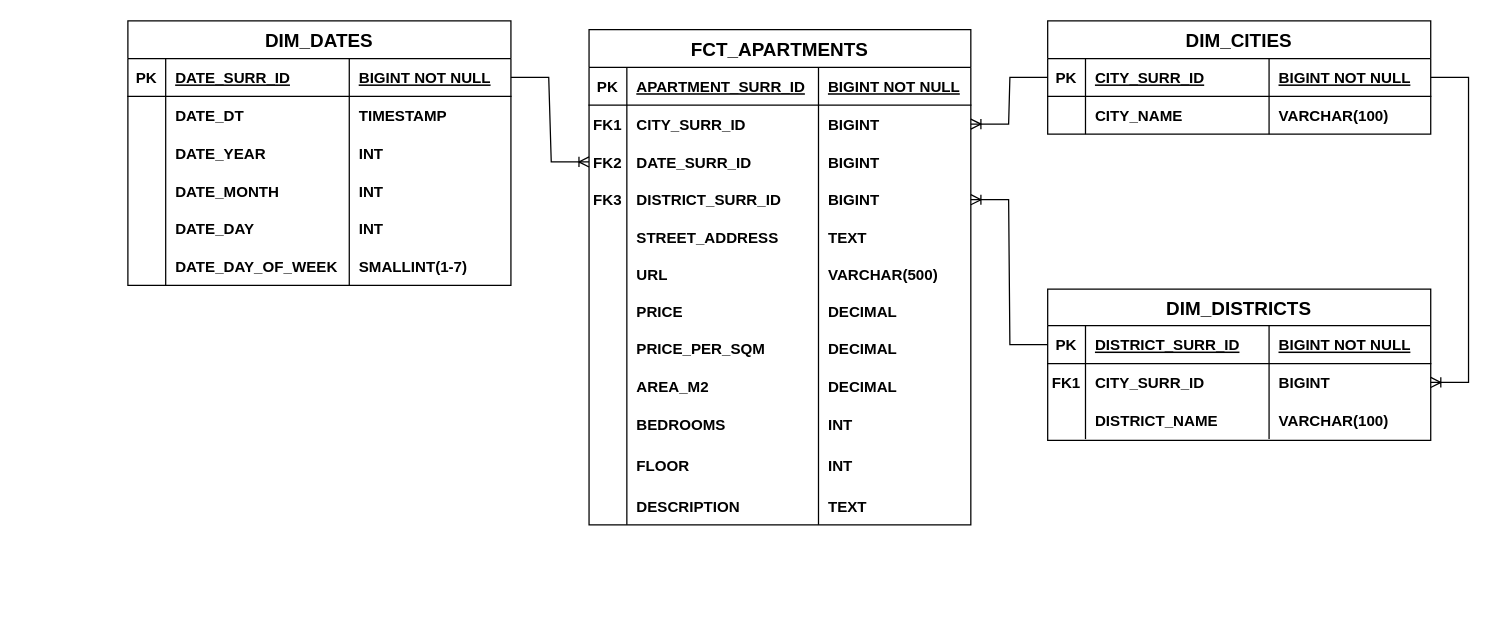
Earlier version of the draw.io diagram database/Apartments_Star_Schema.drawio (GiorgiEz/apartment-analytics). Source tidied: cells renumbered, new cells numbered last; positions are measured from the earlier drawing's top-left corner, leaving out a move shared by most shapes. Both pictures are drawn from the tidied source at 126%, with x=0, y=0 at pixel (127, 20).
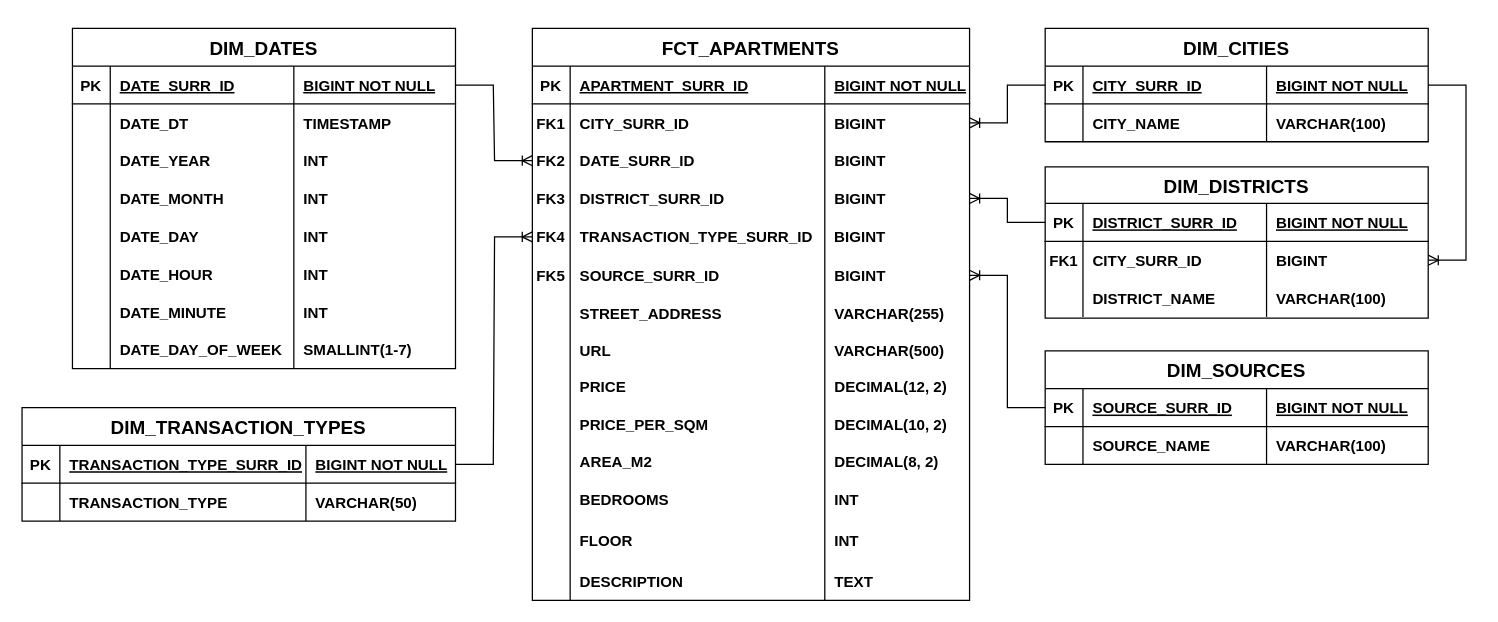
The same diagram, later.

Diff of the diagram source:
```diff
@@
     <mxCell id="2" value="FCT_APARTMENTS" style="shape=table;startSize=30;childLayout=tableLayout;rowLines=0;fontStyle=1;align=center;fontSize=15;" parent="1" vertex="1">
-      <mxGeometry x="366" y="7" width="303" height="393" as="geometry" />
+      <mxGeometry x="321" y="6" width="347" height="454" as="geometry" />
     </mxCell>
     <mxCell id="3" style="shape=partialRectangle;fillColor=none;top=0;left=0;right=0;bottom=1;" parent="2" vertex="1">
-      <mxGeometry y="30" width="303" height="30" as="geometry" />
+      <mxGeometry y="30" width="347" height="30" as="geometry" />
     </mxCell>
@@
     <mxCell id="5" value="APARTMENT_SURR_ID" style="shape=partialRectangle;overflow=hidden;fillColor=none;top=0;left=0;bottom=0;right=0;align=left;spacingLeft=6;fontStyle=5;" parent="3" vertex="1">
-      <mxGeometry x="30" width="152.1" height="30" as="geometry" />
+      <mxGeometry x="30" width="202.1" height="30" as="geometry" />
     </mxCell>
     <mxCell id="6" value="BIGINT NOT NULL" style="shape=partialRectangle;overflow=hidden;fillColor=none;top=0;left=0;bottom=0;right=0;align=left;spacingLeft=6;fontStyle=5;" parent="3" vertex="1">
-      <mxGeometry x="182.1" width="120.9" height="30" as="geometry" />
+      <mxGeometry x="232.1" width="114.9" height="30" as="geometry" />
     </mxCell>
     <mxCell id="7" style="shape=partialRectangle;fillColor=none;points=[[0,0.5],[1,0.5]];portConstraint=eastwest;top=0;left=0;right=0;bottom=0;" parent="2" vertex="1">
-      <mxGeometry y="60" width="303" height="30" as="geometry" />
+      <mxGeometry y="60" width="347" height="30" as="geometry" />
     </mxCell>
@@
     <mxCell id="9" value="CITY_SURR_ID" style="shape=partialRectangle;overflow=hidden;fillColor=none;top=0;left=0;bottom=0;right=0;align=left;spacingLeft=6;fontStyle=1;" parent="7" vertex="1">
-      <mxGeometry x="30" width="152.1" height="30" as="geometry" />
+      <mxGeometry x="30" width="202.1" height="30" as="geometry" />
     </mxCell>
     <mxCell id="10" value="BIGINT" style="shape=partialRectangle;overflow=hidden;fillColor=none;top=0;left=0;bottom=0;right=0;align=left;spacingLeft=6;fontStyle=1;" parent="7" vertex="1">
-      <mxGeometry x="182.1" width="120.9" height="30" as="geometry" />
+      <mxGeometry x="232.1" width="114.9" height="30" as="geometry" />
     </mxCell>
     <mxCell id="11" style="shape=partialRectangle;fillColor=none;points=[[0,0.5],[1,0.5]];portConstraint=eastwest;top=0;left=0;right=0;bottom=0;" parent="2" vertex="1">
-      <mxGeometry y="90" width="303" height="30" as="geometry" />
+      <mxGeometry y="90" width="347" height="30" as="geometry" />
     </mxCell>
@@
     <mxCell id="13" value="DATE_SURR_ID" style="shape=partialRectangle;overflow=hidden;fillColor=none;top=0;left=0;bottom=0;right=0;align=left;spacingLeft=6;fontStyle=1;" parent="11" vertex="1">
-      <mxGeometry x="30" width="152.1" height="30" as="geometry" />
+      <mxGeometry x="30" width="202.1" height="30" as="geometry" />
     </mxCell>
     <mxCell id="14" value="BIGINT" style="shape=partialRectangle;overflow=hidden;fillColor=none;top=0;left=0;bottom=0;right=0;align=left;spacingLeft=6;fontStyle=1;" parent="11" vertex="1">
-      <mxGeometry x="182.1" width="120.9" height="30" as="geometry" />
+      <mxGeometry x="232.1" width="114.9" height="30" as="geometry" />
     </mxCell>
     <mxCell id="15" style="shape=tableRow;horizontal=0;startSize=0;swimlaneHead=0;swimlaneBody=0;fillColor=none;points=[[0,0.5],[1,0.5]];portConstraint=eastwest;top=0;left=0;right=0;bottom=0;" parent="2" vertex="1">
-      <mxGeometry y="120" width="303" height="30" as="geometry" />
+      <mxGeometry y="120" width="347" height="30" as="geometry" />
     </mxCell>
@@
     <mxCell id="17" value="DISTRICT_SURR_ID" style="shape=partialRectangle;fillColor=none;top=0;left=0;bottom=0;right=0;align=left;spacingLeft=6;overflow=hidden;fontStyle=1;" parent="15" vertex="1">
-      <mxGeometry x="30" width="152.1" height="30" as="geometry" />
+      <mxGeometry x="30" width="202.1" height="30" as="geometry" />
     </mxCell>
     <mxCell id="18" value="BIGINT" style="shape=partialRectangle;fillColor=none;top=0;left=0;bottom=0;right=0;align=left;spacingLeft=6;overflow=hidden;fontStyle=1;" parent="15" vertex="1">
-      <mxGeometry x="182.1" width="120.9" height="30" as="geometry" />
+      <mxGeometry x="232.1" width="114.9" height="30" as="geometry" />
     </mxCell>
+    <mxCell id="102" style="shape=tableRow;horizontal=0;startSize=0;swimlaneHead=0;swimlaneBody=0;fillColor=none;points=[[0,0.5],[1,0.5]];portConstraint=eastwest;top=0;left=0;right=0;bottom=0;" parent="2" vertex="1">
+      <mxGeometry y="150" width="347" height="31" as="geometry" />
+    </mxCell>
+    <mxCell id="103" value="&lt;b&gt;FK4&lt;/b&gt;" style="shape=partialRectangle;fillColor=none;top=0;left=0;bottom=0;right=0;fontStyle=0;overflow=hidden;whiteSpace=wrap;html=1;" parent="102" vertex="1">
+      <mxGeometry width="30" height="31" as="geometry" />
+    </mxCell>
+    <mxCell id="104" value="&lt;b&gt;TRANSACTION_TYPE_SURR_ID&lt;/b&gt;" style="shape=partialRectangle;fillColor=none;top=0;left=0;bottom=0;right=0;align=left;spacingLeft=6;fontStyle=0;overflow=hidden;whiteSpace=wrap;html=1;" parent="102" vertex="1">
+      <mxGeometry x="30" width="202.1" height="31" as="geometry" />
+    </mxCell>
+    <mxCell id="105" value="&lt;b&gt;BIGINT&lt;/b&gt;" style="shape=partialRectangle;fillColor=none;top=0;left=0;bottom=0;right=0;align=left;spacingLeft=6;fontStyle=0;overflow=hidden;whiteSpace=wrap;html=1;" parent="102" vertex="1">
+      <mxGeometry x="232.1" width="114.9" height="31" as="geometry" />
+    </mxCell>
+    <mxCell id="106" style="shape=tableRow;horizontal=0;startSize=0;swimlaneHead=0;swimlaneBody=0;fillColor=none;points=[[0,0.5],[1,0.5]];portConstraint=eastwest;top=0;left=0;right=0;bottom=0;" parent="2" vertex="1">
+      <mxGeometry y="181" width="347" height="30" as="geometry" />
+    </mxCell>
+    <mxCell id="107" value="FK5" style="shape=partialRectangle;fillColor=none;top=0;left=0;bottom=0;right=0;overflow=hidden;fontStyle=1;" parent="106" vertex="1">
+      <mxGeometry width="30" height="30" as="geometry" />
+    </mxCell>
+    <mxCell id="108" value="SOURCE_SURR_ID" style="shape=partialRectangle;fillColor=none;top=0;left=0;bottom=0;right=0;align=left;spacingLeft=6;overflow=hidden;fontStyle=1;" parent="106" vertex="1">
+      <mxGeometry x="30" width="202.1" height="30" as="geometry" />
+    </mxCell>
+    <mxCell id="109" value="BIGINT" style="shape=partialRectangle;fillColor=none;top=0;left=0;bottom=0;right=0;align=left;spacingLeft=6;overflow=hidden;fontStyle=1;" parent="106" vertex="1">
+      <mxGeometry x="232.1" width="114.9" height="30" as="geometry" />
+    </mxCell>
     <mxCell id="19" style="shape=partialRectangle;fillColor=none;top=0;left=0;right=0;bottom=0;" parent="2" vertex="1">
-      <mxGeometry y="150" width="303" height="30" as="geometry" />
+      <mxGeometry y="211" width="347" height="30" as="geometry" />
     </mxCell>
@@
     <mxCell id="21" value="STREET_ADDRESS" style="shape=partialRectangle;overflow=hidden;fillColor=none;top=0;left=0;bottom=0;right=0;align=left;spacingLeft=6;fontStyle=1;" parent="19" vertex="1">
-      <mxGeometry x="30" width="152.1" height="30" as="geometry" />
+      <mxGeometry x="30" width="202.1" height="30" as="geometry" />
     </mxCell>
-    <mxCell id="22" value="TEXT" style="shape=partialRectangle;overflow=hidden;fillColor=none;top=0;left=0;bottom=0;right=0;align=left;spacingLeft=6;fontStyle=1;" parent="19" vertex="1">
-      <mxGeometry x="182.1" width="120.9" height="30" as="geometry" />
+    <mxCell id="22" value="VARCHAR(255)" style="shape=partialRectangle;overflow=hidden;fillColor=none;top=0;left=0;bottom=0;right=0;align=left;spacingLeft=6;fontStyle=1;" parent="19" vertex="1">
+      <mxGeometry x="232.1" width="114.9" height="30" as="geometry" />
     </mxCell>
     <mxCell id="23" style="shape=partialRectangle;fillColor=none;top=0;left=0;right=0;bottom=0;" parent="2" vertex="1">
-      <mxGeometry y="180" width="303" height="29" as="geometry" />
+      <mxGeometry y="241" width="347" height="29" as="geometry" />
     </mxCell>
@@
     <mxCell id="25" value="URL " style="shape=partialRectangle;overflow=hidden;fillColor=none;top=0;left=0;bottom=0;right=0;align=left;spacingLeft=6;fontStyle=1;" parent="23" vertex="1">
-      <mxGeometry x="30" width="152.1" height="29" as="geometry" />
+      <mxGeometry x="30" width="202.1" height="29" as="geometry" />
     </mxCell>
     <mxCell id="26" value="VARCHAR(500)" style="shape=partialRectangle;overflow=hidden;fillColor=none;top=0;left=0;bottom=0;right=0;align=left;spacingLeft=6;fontStyle=1;" parent="23" vertex="1">
-      <mxGeometry x="182.1" width="120.9" height="29" as="geometry" />
+      <mxGeometry x="232.1" width="114.9" height="29" as="geometry" />
     </mxCell>
     <mxCell id="27" style="shape=partialRectangle;fillColor=none;top=0;left=0;right=0;bottom=0;" parent="2" vertex="1">
-      <mxGeometry y="209" width="303" height="29" as="geometry" />
+      <mxGeometry y="270" width="347" height="29" as="geometry" />
     </mxCell>
@@
     <mxCell id="29" value="PRICE " style="shape=partialRectangle;overflow=hidden;fillColor=none;top=0;left=0;bottom=0;right=0;align=left;spacingLeft=6;fontStyle=1;" parent="27" vertex="1">
-      <mxGeometry x="30" width="152.1" height="29" as="geometry" />
+      <mxGeometry x="30" width="202.1" height="29" as="geometry" />
     </mxCell>
-    <mxCell id="30" value="DECIMAL" style="shape=partialRectangle;overflow=hidden;fillColor=none;top=0;left=0;bottom=0;right=0;align=left;spacingLeft=6;fontStyle=1;" parent="27" vertex="1">
-      <mxGeometry x="182.1" width="120.9" height="29" as="geometry" />
+    <mxCell id="30" value="DECIMAL(12, 2)" style="shape=partialRectangle;overflow=hidden;fillColor=none;top=0;left=0;bottom=0;right=0;align=left;spacingLeft=6;fontStyle=1;" parent="27" vertex="1">
+      <mxGeometry x="232.1" width="114.9" height="29" as="geometry" />
     </mxCell>
     <mxCell id="31" style="shape=partialRectangle;fillColor=none;top=0;left=0;right=0;bottom=0;" parent="2" vertex="1">
-      <mxGeometry y="238" width="303" height="30" as="geometry" />
+      <mxGeometry y="299" width="347" height="30" as="geometry" />
     </mxCell>
@@
     <mxCell id="33" value="PRICE_PER_SQM   " style="shape=partialRectangle;overflow=hidden;fillColor=none;top=0;left=0;bottom=0;right=0;align=left;spacingLeft=6;fontStyle=1;" parent="31" vertex="1">
-      <mxGeometry x="30" width="152.1" height="30" as="geometry" />
+      <mxGeometry x="30" width="202.1" height="30" as="geometry" />
     </mxCell>
-    <mxCell id="34" value="DECIMAL" style="shape=partialRectangle;overflow=hidden;fillColor=none;top=0;left=0;bottom=0;right=0;align=left;spacingLeft=6;fontStyle=1;" parent="31" vertex="1">
-      <mxGeometry x="182.1" width="120.9" height="30" as="geometry" />
+    <mxCell id="34" value="DECIMAL(10, 2)" style="shape=partialRectangle;overflow=hidden;fillColor=none;top=0;left=0;bottom=0;right=0;align=left;spacingLeft=6;fontStyle=1;" parent="31" vertex="1">
+      <mxGeometry x="232.1" width="114.9" height="30" as="geometry" />
     </mxCell>
     <mxCell id="35" style="shape=partialRectangle;fillColor=none;top=0;left=0;right=0;bottom=0;" parent="2" vertex="1">
-      <mxGeometry y="268" width="303" height="30" as="geometry" />
+      <mxGeometry y="329" width="347" height="30" as="geometry" />
     </mxCell>
@@
     <mxCell id="37" value="AREA_M2 " style="shape=partialRectangle;overflow=hidden;fillColor=none;top=0;left=0;bottom=0;right=0;align=left;spacingLeft=6;fontStyle=1;" parent="35" vertex="1">
-      <mxGeometry x="30" width="152.1" height="30" as="geometry" />
+      <mxGeometry x="30" width="202.1" height="30" as="geometry" />
     </mxCell>
-    <mxCell id="38" value="DECIMAL" style="shape=partialRectangle;overflow=hidden;fillColor=none;top=0;left=0;bottom=0;right=0;align=left;spacingLeft=6;fontStyle=1;" parent="35" vertex="1">
-      <mxGeometry x="182.1" width="120.9" height="30" as="geometry" />
+    <mxCell id="38" value="DECIMAL(8, 2)" style="shape=partialRectangle;overflow=hidden;fillColor=none;top=0;left=0;bottom=0;right=0;align=left;spacingLeft=6;fontStyle=1;" parent="35" vertex="1">
+      <mxGeometry x="232.1" width="114.9" height="30" as="geometry" />
     </mxCell>
     <mxCell id="39" style="shape=partialRectangle;fillColor=none;top=0;left=0;right=0;bottom=0;" parent="2" vertex="1">
-      <mxGeometry y="298" width="303" height="30" as="geometry" />
+      <mxGeometry y="359" width="347" height="30" as="geometry" />
     </mxCell>
@@
     <mxCell id="41" value="BEDROOMS " style="shape=partialRectangle;overflow=hidden;fillColor=none;top=0;left=0;bottom=0;right=0;align=left;spacingLeft=6;fontStyle=1;" parent="39" vertex="1">
-      <mxGeometry x="30" width="152.1" height="30" as="geometry" />
+      <mxGeometry x="30" width="202.1" height="30" as="geometry" />
     </mxCell>
     <mxCell id="42" value="INT" style="shape=partialRectangle;overflow=hidden;fillColor=none;top=0;left=0;bottom=0;right=0;align=left;spacingLeft=6;fontStyle=1;" parent="39" vertex="1">
-      <mxGeometry x="182.1" width="120.9" height="30" as="geometry" />
+      <mxGeometry x="232.1" width="114.9" height="30" as="geometry" />
     </mxCell>
     <mxCell id="43" style="shape=partialRectangle;fillColor=none;top=0;left=0;right=0;bottom=0;" parent="2" vertex="1">
-      <mxGeometry y="328" width="303" height="35" as="geometry" />
+      <mxGeometry y="389" width="347" height="35" as="geometry" />
     </mxCell>
@@
     <mxCell id="45" value="FLOOR  " style="shape=partialRectangle;overflow=hidden;fillColor=none;top=0;left=0;bottom=0;right=0;align=left;spacingLeft=6;fontStyle=1;" parent="43" vertex="1">
-      <mxGeometry x="30" width="152.1" height="35" as="geometry" />
+      <mxGeometry x="30" width="202.1" height="35" as="geometry" />
     </mxCell>
     <mxCell id="46" value="INT" style="shape=partialRectangle;overflow=hidden;fillColor=none;top=0;left=0;bottom=0;right=0;align=left;spacingLeft=6;fontStyle=1;" parent="43" vertex="1">
-      <mxGeometry x="182.1" width="120.9" height="35" as="geometry" />
+      <mxGeometry x="232.1" width="114.9" height="35" as="geometry" />
     </mxCell>
     <mxCell id="47" style="shape=tableRow;horizontal=0;startSize=0;swimlaneHead=0;swimlaneBody=0;fillColor=none;top=0;left=0;right=0;bottom=0;" parent="2" vertex="1">
-      <mxGeometry y="363" width="303" height="30" as="geometry" />
+      <mxGeometry y="424" width="347" height="30" as="geometry" />
     </mxCell>
@@
     <mxCell id="49" value="DESCRIPTION " style="shape=partialRectangle;fillColor=none;top=0;left=0;bottom=0;right=0;align=left;spacingLeft=6;overflow=hidden;fontStyle=1;" parent="47" vertex="1">
-      <mxGeometry x="30" width="152.1" height="30" as="geometry" />
+      <mxGeometry x="30" width="202.1" height="30" as="geometry" />
     </mxCell>
     <mxCell id="50" value="TEXT" style="shape=partialRectangle;fillColor=none;top=0;left=0;bottom=0;right=0;align=left;spacingLeft=6;overflow=hidden;fontStyle=1;" parent="47" vertex="1">
-      <mxGeometry x="182.1" width="120.9" height="30" as="geometry" />
+      <mxGeometry x="232.1" width="114.9" height="30" as="geometry" />
     </mxCell>
     <mxCell id="51" value="DIM_DATES" style="shape=table;startSize=30;childLayout=tableLayout;rowLines=0;fontStyle=1;align=center;fontSize=15;" parent="1" vertex="1">
-      <mxGeometry width="304" height="210" as="geometry" />
+      <mxGeometry x="-44" y="6" width="304" height="270" as="geometry" />
     </mxCell>
@@
+    <mxCell id="110" style="shape=tableRow;horizontal=0;startSize=0;swimlaneHead=0;swimlaneBody=0;fillColor=none;top=0;left=0;right=0;bottom=0;" parent="51" vertex="1">
+      <mxGeometry y="180" width="304" height="30" as="geometry" />
+    </mxCell>
+    <mxCell id="111" style="shape=partialRectangle;fillColor=none;top=0;left=0;bottom=0;right=0;overflow=hidden;" parent="110" vertex="1">
+      <mxGeometry width="30" height="30" as="geometry" />
+    </mxCell>
+    <mxCell id="112" value="DATE_HOUR" style="shape=partialRectangle;fillColor=none;top=0;left=0;bottom=0;right=0;align=left;spacingLeft=6;overflow=hidden;fontStyle=1;" parent="110" vertex="1">
+      <mxGeometry x="30" width="145.7" height="30" as="geometry" />
+    </mxCell>
+    <mxCell id="113" value="INT" style="shape=partialRectangle;fillColor=none;top=0;left=0;bottom=0;right=0;align=left;spacingLeft=6;overflow=hidden;fontStyle=1;" parent="110" vertex="1">
+      <mxGeometry x="175.7" width="128.3" height="30" as="geometry" />
+    </mxCell>
+    <mxCell id="114" style="shape=tableRow;horizontal=0;startSize=0;swimlaneHead=0;swimlaneBody=0;fillColor=none;top=0;left=0;right=0;bottom=0;" parent="51" vertex="1">
+      <mxGeometry y="210" width="304" height="30" as="geometry" />
+    </mxCell>
+    <mxCell id="115" style="shape=partialRectangle;fillColor=none;top=0;left=0;bottom=0;right=0;overflow=hidden;" parent="114" vertex="1">
+      <mxGeometry width="30" height="30" as="geometry" />
+    </mxCell>
+    <mxCell id="116" value="DATE_MINUTE" style="shape=partialRectangle;fillColor=none;top=0;left=0;bottom=0;right=0;align=left;spacingLeft=6;overflow=hidden;fontStyle=1;" parent="114" vertex="1">
+      <mxGeometry x="30" width="145.7" height="30" as="geometry" />
+    </mxCell>
+    <mxCell id="117" value="INT" style="shape=partialRectangle;fillColor=none;top=0;left=0;bottom=0;right=0;align=left;spacingLeft=6;overflow=hidden;fontStyle=1;" parent="114" vertex="1">
+      <mxGeometry x="175.7" width="128.3" height="30" as="geometry" />
+    </mxCell>
     <mxCell id="72" style="shape=partialRectangle;fillColor=none;top=0;left=0;right=0;bottom=0;" parent="51" vertex="1">
-      <mxGeometry y="180" width="304" height="30" as="geometry" />
+      <mxGeometry y="240" width="304" height="30" as="geometry" />
     </mxCell>
@@
     <mxCell id="77" value="DIM_CITIES" style="shape=table;startSize=30;childLayout=tableLayout;rowLines=0;fontStyle=1;align=center;fontSize=15;" parent="1" vertex="1">
-      <mxGeometry x="730" width="304" height="90" as="geometry" />
+      <mxGeometry x="728" y="6" width="304" height="90" as="geometry" />
     </mxCell>
@@
     <mxCell id="86" value="DIM_DISTRICTS" style="shape=table;startSize=29;childLayout=tableLayout;rowLines=0;fontStyle=1;align=center;fontSize=15;" parent="1" vertex="1">
-      <mxGeometry x="730" y="213" width="304" height="120" as="geometry" />
+      <mxGeometry x="728" y="116" width="304" height="120" as="geometry" />
     </mxCell>
@@
+    <mxCell id="118" value="DIM_TRANSACTION_TYPES" style="shape=table;startSize=30;childLayout=tableLayout;rowLines=0;fontStyle=1;align=center;fontSize=15;" parent="1" vertex="1">
+      <mxGeometry x="-84" y="307" width="344" height="90" as="geometry" />
+    </mxCell>
+    <mxCell id="119" style="shape=partialRectangle;fillColor=none;points=[[0,0.5],[1,0.5]];portConstraint=eastwest;top=0;left=0;right=0;bottom=1;" parent="118" vertex="1">
+      <mxGeometry y="30" width="344" height="30" as="geometry" />
+    </mxCell>
+    <mxCell id="120" value="PK" style="shape=partialRectangle;overflow=hidden;fillColor=none;top=0;left=0;bottom=0;right=0;fontStyle=1;" parent="119" vertex="1">
+      <mxGeometry width="30" height="30" as="geometry" />
+    </mxCell>
+    <mxCell id="121" value="TRANSACTION_TYPE_SURR_ID" style="shape=partialRectangle;overflow=hidden;fillColor=none;top=0;left=0;bottom=0;right=0;align=left;spacingLeft=6;fontStyle=5;" parent="119" vertex="1">
+      <mxGeometry x="30" width="195.3" height="30" as="geometry" />
+    </mxCell>
+    <mxCell id="122" value="BIGINT NOT NULL" style="shape=partialRectangle;overflow=hidden;fillColor=none;top=0;left=0;bottom=0;right=0;align=left;spacingLeft=6;fontStyle=5;" parent="119" vertex="1">
+      <mxGeometry x="225.3" width="118.7" height="30" as="geometry" />
+    </mxCell>
+    <mxCell id="123" style="shape=tableRow;horizontal=0;startSize=0;swimlaneHead=0;swimlaneBody=0;fillColor=none;top=0;left=0;right=0;bottom=0;" parent="118" vertex="1">
+      <mxGeometry y="60" width="344" height="30" as="geometry" />
+    </mxCell>
+    <mxCell id="124" style="shape=partialRectangle;fillColor=none;top=0;left=0;bottom=0;right=0;overflow=hidden;" parent="123" vertex="1">
+      <mxGeometry width="30" height="30" as="geometry" />
+    </mxCell>
+    <mxCell id="125" value="TRANSACTION_TYPE" style="shape=partialRectangle;fillColor=none;top=0;left=0;bottom=0;right=0;align=left;spacingLeft=6;overflow=hidden;fontStyle=1;" parent="123" vertex="1">
+      <mxGeometry x="30" width="195.3" height="30" as="geometry" />
+    </mxCell>
+    <mxCell id="126" value="VARCHAR(50)" style="shape=partialRectangle;fillColor=none;top=0;left=0;bottom=0;right=0;align=left;spacingLeft=6;overflow=hidden;fontStyle=1;" parent="123" vertex="1">
+      <mxGeometry x="225.3" width="118.7" height="30" as="geometry" />
+    </mxCell>
+    <mxCell id="127" style="edgeStyle=entityRelationEdgeStyle;fontSize=12;html=1;endArrow=ERoneToMany;rounded=0;" parent="1" edge="1" source="119" target="102">
+      <mxGeometry relative="1" as="geometry">
+        <Array as="points">
+          <mxPoint x="526" y="618" />
+        </Array>
+      </mxGeometry>
+    </mxCell>
+    <mxCell id="128" value="DIM_SOURCES" style="shape=table;startSize=30;childLayout=tableLayout;rowLines=0;fontStyle=1;align=center;fontSize=15;" parent="1" vertex="1">
+      <mxGeometry x="728" y="262" width="304" height="90" as="geometry" />
+    </mxCell>
+    <mxCell id="129" style="shape=partialRectangle;fillColor=none;points=[[0,0.5],[1,0.5]];portConstraint=eastwest;top=0;left=0;right=0;bottom=1;" parent="128" vertex="1">
+      <mxGeometry y="30" width="304" height="30" as="geometry" />
+    </mxCell>
+    <mxCell id="130" value="PK" style="shape=partialRectangle;overflow=hidden;fillColor=none;top=0;left=0;bottom=0;right=0;fontStyle=1;" parent="129" vertex="1">
+      <mxGeometry width="30" height="30" as="geometry" />
+    </mxCell>
+    <mxCell id="131" value="SOURCE_SURR_ID" style="shape=partialRectangle;overflow=hidden;fillColor=none;top=0;left=0;bottom=0;right=0;align=left;spacingLeft=6;fontStyle=5;" parent="129" vertex="1">
+      <mxGeometry x="30" width="145.7" height="30" as="geometry" />
+    </mxCell>
+    <mxCell id="132" value="BIGINT NOT NULL" style="shape=partialRectangle;overflow=hidden;fillColor=none;top=0;left=0;bottom=0;right=0;align=left;spacingLeft=6;fontStyle=5;" parent="129" vertex="1">
+      <mxGeometry x="175.7" width="128.3" height="30" as="geometry" />
+    </mxCell>
+    <mxCell id="133" style="shape=tableRow;horizontal=0;startSize=0;swimlaneHead=0;swimlaneBody=0;fillColor=none;top=0;left=0;right=0;bottom=0;" parent="128" vertex="1">
+      <mxGeometry y="60" width="304" height="30" as="geometry" />
+    </mxCell>
+    <mxCell id="134" style="shape=partialRectangle;fillColor=none;top=0;left=0;bottom=0;right=0;overflow=hidden;" parent="133" vertex="1">
+      <mxGeometry width="30" height="30" as="geometry" />
+    </mxCell>
+    <mxCell id="135" value="SOURCE_NAME" style="shape=partialRectangle;fillColor=none;top=0;left=0;bottom=0;right=0;align=left;spacingLeft=6;overflow=hidden;fontStyle=1;" parent="133" vertex="1">
+      <mxGeometry x="30" width="145.7" height="30" as="geometry" />
+    </mxCell>
+    <mxCell id="136" value="VARCHAR(100)" style="shape=partialRectangle;fillColor=none;top=0;left=0;bottom=0;right=0;align=left;spacingLeft=6;overflow=hidden;fontStyle=1;" parent="133" vertex="1">
+      <mxGeometry x="175.7" width="128.3" height="30" as="geometry" />
+    </mxCell>
+    <mxCell id="137" style="edgeStyle=entityRelationEdgeStyle;fontSize=12;html=1;endArrow=ERoneToMany;rounded=0;" parent="1" edge="1" source="129" target="106">
+      <mxGeometry relative="1" as="geometry">
+        <Array as="points">
+          <mxPoint x="1172" y="823" />
+        </Array>
+      </mxGeometry>
+    </mxCell>
```
